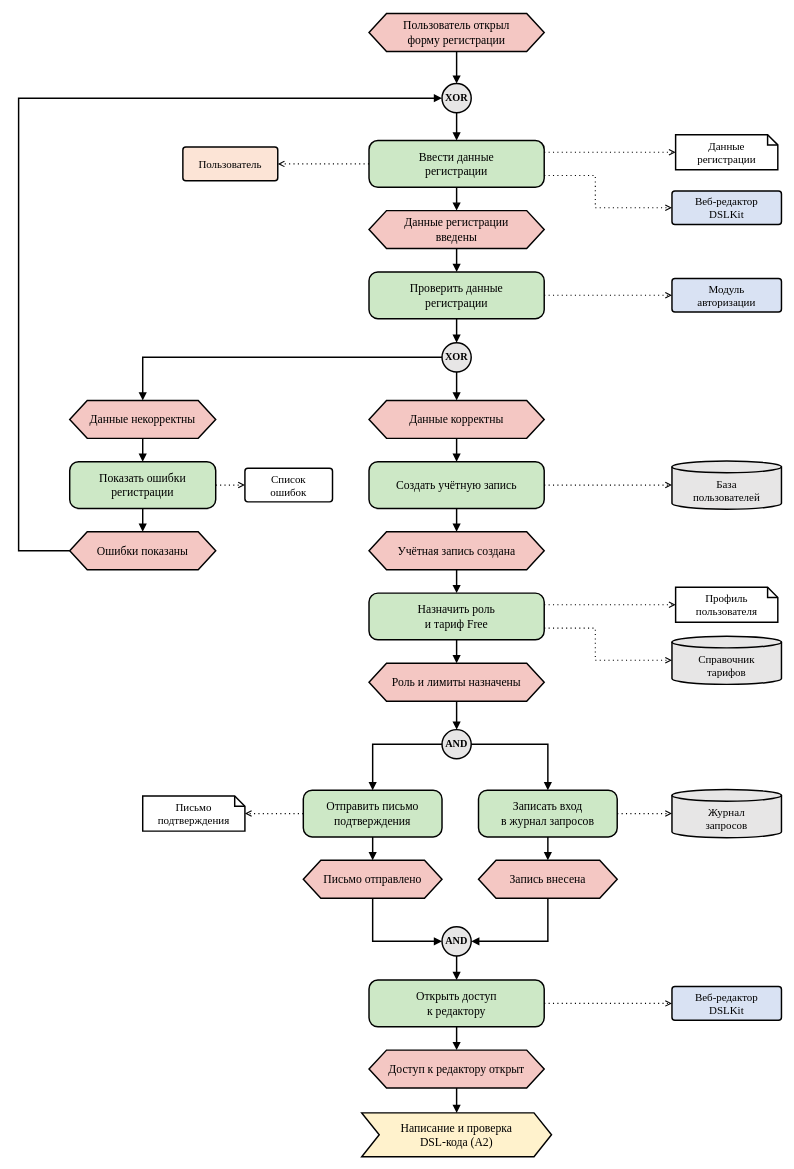
The draw.io diagram docs/mbp/ЛР3_EPC/ВСЕ_ДИАГРАММЫ_ЛР3.drawio in KsushaKhadzhinova/DSLKit-Project, before the edit. Source tidied: cells renumbered, new cells numbered last; positions are measured from the earlier drawing's top-left corner, leaving out a move shared by most shapes. Both pictures are drawn from the tidied source at 73%, with x=0, y=0 at pixel (18, 13).
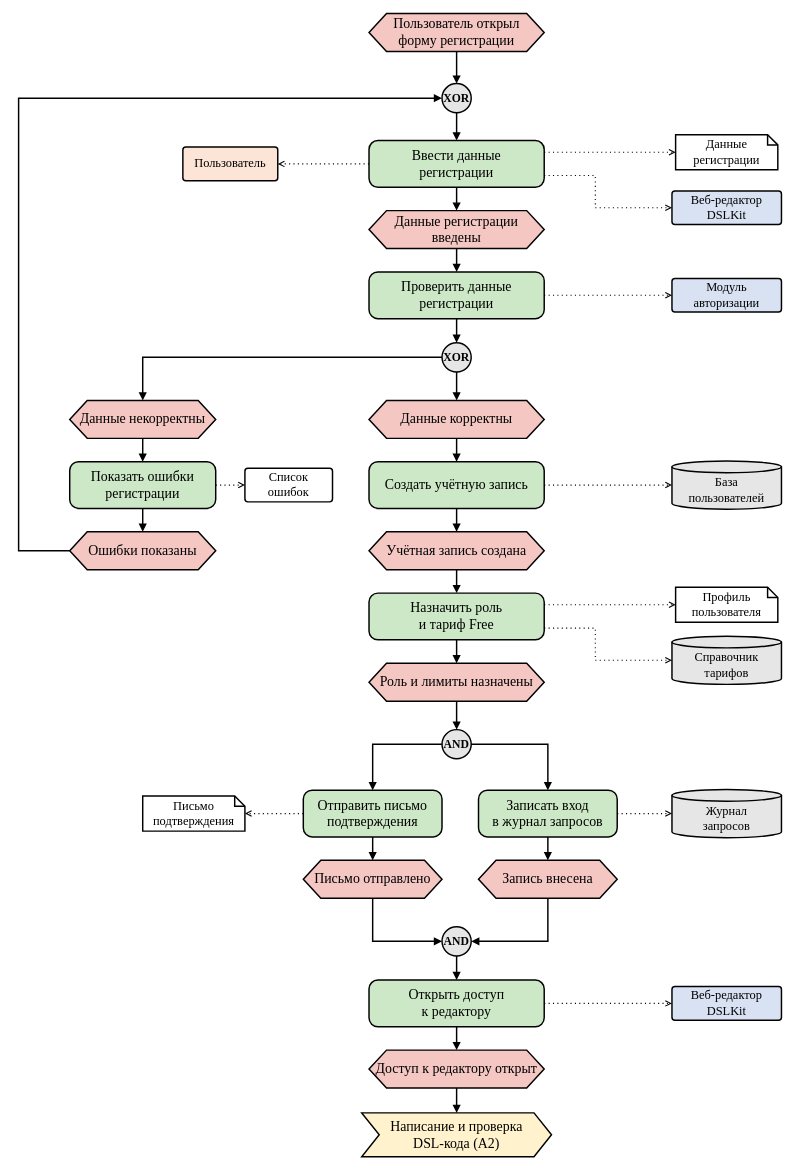
The same page after the edit.

Change to the diagram source:
```diff
@@
-    <mxCell id="2" value="Пользователь открыл&lt;br&gt;форму регистрации" style="html=1;fontFamily=Times New Roman;shape=hexagon;perimeter=hexagonPerimeter2;fixedSize=1;size=24;whiteSpace=wrap;fillColor=#F4C7C3;strokeColor=#000000;strokeWidth=2;fontSize=16;" parent="1" vertex="1">
+    <mxCell id="2" value="Пользователь открыл&lt;br&gt;форму регистрации" style="html=1;fontFamily=Times New Roman;shape=hexagon;perimeter=hexagonPerimeter2;fixedSize=1;size=24;whiteSpace=wrap;fillColor=#F4C7C3;strokeColor=#000000;strokeWidth=2;fontSize=19;" parent="1" vertex="1">
       <mxGeometry x="480" width="240" height="52" as="geometry" />
     </mxCell>
-    <mxCell id="3" value="XOR" style="html=1;fontFamily=Times New Roman;ellipse;whiteSpace=wrap;fillColor=#E7E6E6;strokeColor=#000000;strokeWidth=2;fontSize=14;fontStyle=1;" parent="1" vertex="1">
+    <mxCell id="3" value="XOR" style="html=1;fontFamily=Times New Roman;ellipse;whiteSpace=wrap;fillColor=#E7E6E6;strokeColor=#000000;strokeWidth=2;fontSize=16;fontStyle=1;" parent="1" vertex="1">
       <mxGeometry x="580" y="96" width="40" height="40" as="geometry" />
     </mxCell>
-    <mxCell id="4" value="Ввести данные&lt;br&gt;регистрации" style="html=1;fontFamily=Times New Roman;rounded=1;arcSize=19;whiteSpace=wrap;fillColor=#CDE8C6;strokeColor=#000000;strokeWidth=2;fontSize=16;align=center;verticalAlign=middle;" parent="1" vertex="1">
+    <mxCell id="4" value="Ввести данные&lt;br&gt;регистрации" style="html=1;fontFamily=Times New Roman;rounded=1;arcSize=19;whiteSpace=wrap;fillColor=#CDE8C6;strokeColor=#000000;strokeWidth=2;fontSize=19;align=center;verticalAlign=middle;" parent="1" vertex="1">
       <mxGeometry x="480" y="174" width="240" height="64" as="geometry" />
     </mxCell>
-    <mxCell id="5" value="Данные регистрации&lt;br&gt;введены" style="html=1;fontFamily=Times New Roman;shape=hexagon;perimeter=hexagonPerimeter2;fixedSize=1;size=24;whiteSpace=wrap;fillColor=#F4C7C3;strokeColor=#000000;strokeWidth=2;fontSize=16;" parent="1" vertex="1">
+    <mxCell id="5" value="Данные регистрации&lt;br&gt;введены" style="html=1;fontFamily=Times New Roman;shape=hexagon;perimeter=hexagonPerimeter2;fixedSize=1;size=24;whiteSpace=wrap;fillColor=#F4C7C3;strokeColor=#000000;strokeWidth=2;fontSize=19;" parent="1" vertex="1">
       <mxGeometry x="480" y="270" width="240" height="52" as="geometry" />
     </mxCell>
-    <mxCell id="6" value="Проверить данные&lt;br&gt;регистрации" style="html=1;fontFamily=Times New Roman;rounded=1;arcSize=19;whiteSpace=wrap;fillColor=#CDE8C6;strokeColor=#000000;strokeWidth=2;fontSize=16;align=center;verticalAlign=middle;" parent="1" vertex="1">
+    <mxCell id="6" value="Проверить данные&lt;br&gt;регистрации" style="html=1;fontFamily=Times New Roman;rounded=1;arcSize=19;whiteSpace=wrap;fillColor=#CDE8C6;strokeColor=#000000;strokeWidth=2;fontSize=19;align=center;verticalAlign=middle;" parent="1" vertex="1">
       <mxGeometry x="480" y="354" width="240" height="64" as="geometry" />
     </mxCell>
-    <mxCell id="7" value="XOR" style="html=1;fontFamily=Times New Roman;ellipse;whiteSpace=wrap;fillColor=#E7E6E6;strokeColor=#000000;strokeWidth=2;fontSize=14;fontStyle=1;" parent="1" vertex="1">
+    <mxCell id="7" value="XOR" style="html=1;fontFamily=Times New Roman;ellipse;whiteSpace=wrap;fillColor=#E7E6E6;strokeColor=#000000;strokeWidth=2;fontSize=16;fontStyle=1;" parent="1" vertex="1">
       <mxGeometry x="580" y="451" width="40" height="40" as="geometry" />
     </mxCell>
-    <mxCell id="8" value="Данные корректны" style="html=1;fontFamily=Times New Roman;shape=hexagon;perimeter=hexagonPerimeter2;fixedSize=1;size=24;whiteSpace=wrap;fillColor=#F4C7C3;strokeColor=#000000;strokeWidth=2;fontSize=16;" parent="1" vertex="1">
+    <mxCell id="8" value="Данные корректны" style="html=1;fontFamily=Times New Roman;shape=hexagon;perimeter=hexagonPerimeter2;fixedSize=1;size=24;whiteSpace=wrap;fillColor=#F4C7C3;strokeColor=#000000;strokeWidth=2;fontSize=19;" parent="1" vertex="1">
       <mxGeometry x="480" y="530" width="240" height="52" as="geometry" />
     </mxCell>
-    <mxCell id="9" value="Создать учётную запись" style="html=1;fontFamily=Times New Roman;rounded=1;arcSize=19;whiteSpace=wrap;fillColor=#CDE8C6;strokeColor=#000000;strokeWidth=2;fontSize=16;align=center;verticalAlign=middle;" parent="1" vertex="1">
+    <mxCell id="9" value="Создать учётную запись" style="html=1;fontFamily=Times New Roman;rounded=1;arcSize=19;whiteSpace=wrap;fillColor=#CDE8C6;strokeColor=#000000;strokeWidth=2;fontSize=19;align=center;verticalAlign=middle;" parent="1" vertex="1">
       <mxGeometry x="480" y="614" width="240" height="64" as="geometry" />
     </mxCell>
-    <mxCell id="10" value="Учётная запись создана" style="html=1;fontFamily=Times New Roman;shape=hexagon;perimeter=hexagonPerimeter2;fixedSize=1;size=24;whiteSpace=wrap;fillColor=#F4C7C3;strokeColor=#000000;strokeWidth=2;fontSize=16;" parent="1" vertex="1">
+    <mxCell id="10" value="Учётная запись создана" style="html=1;fontFamily=Times New Roman;shape=hexagon;perimeter=hexagonPerimeter2;fixedSize=1;size=24;whiteSpace=wrap;fillColor=#F4C7C3;strokeColor=#000000;strokeWidth=2;fontSize=19;" parent="1" vertex="1">
       <mxGeometry x="480" y="710" width="240" height="52" as="geometry" />
     </mxCell>
-    <mxCell id="11" value="Назначить роль&lt;br&gt;и тариф Free" style="html=1;fontFamily=Times New Roman;rounded=1;arcSize=19;whiteSpace=wrap;fillColor=#CDE8C6;strokeColor=#000000;strokeWidth=2;fontSize=16;align=center;verticalAlign=middle;" parent="1" vertex="1">
+    <mxCell id="11" value="Назначить роль&lt;br&gt;и тариф Free" style="html=1;fontFamily=Times New Roman;rounded=1;arcSize=19;whiteSpace=wrap;fillColor=#CDE8C6;strokeColor=#000000;strokeWidth=2;fontSize=19;align=center;verticalAlign=middle;" parent="1" vertex="1">
       <mxGeometry x="480" y="794" width="240" height="64" as="geometry" />
     </mxCell>
-    <mxCell id="12" value="Роль и лимиты назначены" style="html=1;fontFamily=Times New Roman;shape=hexagon;perimeter=hexagonPerimeter2;fixedSize=1;size=24;whiteSpace=wrap;fillColor=#F4C7C3;strokeColor=#000000;strokeWidth=2;fontSize=16;" parent="1" vertex="1">
+    <mxCell id="12" value="Роль и лимиты назначены" style="html=1;fontFamily=Times New Roman;shape=hexagon;perimeter=hexagonPerimeter2;fixedSize=1;size=24;whiteSpace=wrap;fillColor=#F4C7C3;strokeColor=#000000;strokeWidth=2;fontSize=19;" parent="1" vertex="1">
       <mxGeometry x="480" y="890" width="240" height="52" as="geometry" />
     </mxCell>
-    <mxCell id="13" value="AND" style="html=1;fontFamily=Times New Roman;ellipse;whiteSpace=wrap;fillColor=#E7E6E6;strokeColor=#000000;strokeWidth=2;fontSize=14;fontStyle=1;" parent="1" vertex="1">
+    <mxCell id="13" value="AND" style="html=1;fontFamily=Times New Roman;ellipse;whiteSpace=wrap;fillColor=#E7E6E6;strokeColor=#000000;strokeWidth=2;fontSize=16;fontStyle=1;" parent="1" vertex="1">
       <mxGeometry x="580" y="981" width="40" height="40" as="geometry" />
     </mxCell>
-    <mxCell id="14" value="Отправить письмо&lt;br&gt;подтверждения" style="html=1;fontFamily=Times New Roman;rounded=1;arcSize=19;whiteSpace=wrap;fillColor=#CDE8C6;strokeColor=#000000;strokeWidth=2;fontSize=16;align=center;verticalAlign=middle;" parent="1" vertex="1">
+    <mxCell id="14" value="Отправить письмо&lt;br&gt;подтверждения" style="html=1;fontFamily=Times New Roman;rounded=1;arcSize=19;whiteSpace=wrap;fillColor=#CDE8C6;strokeColor=#000000;strokeWidth=2;fontSize=19;align=center;verticalAlign=middle;" parent="1" vertex="1">
       <mxGeometry x="390" y="1064" width="190" height="64" as="geometry" />
     </mxCell>
-    <mxCell id="15" value="Записать вход&lt;br&gt;в журнал запросов" style="html=1;fontFamily=Times New Roman;rounded=1;arcSize=19;whiteSpace=wrap;fillColor=#CDE8C6;strokeColor=#000000;strokeWidth=2;fontSize=16;align=center;verticalAlign=middle;" parent="1" vertex="1">
+    <mxCell id="15" value="Записать вход&lt;br&gt;в журнал запросов" style="html=1;fontFamily=Times New Roman;rounded=1;arcSize=19;whiteSpace=wrap;fillColor=#CDE8C6;strokeColor=#000000;strokeWidth=2;fontSize=19;align=center;verticalAlign=middle;" parent="1" vertex="1">
       <mxGeometry x="630" y="1064" width="190" height="64" as="geometry" />
     </mxCell>
-    <mxCell id="16" value="Письмо отправлено" style="html=1;fontFamily=Times New Roman;shape=hexagon;perimeter=hexagonPerimeter2;fixedSize=1;size=24;whiteSpace=wrap;fillColor=#F4C7C3;strokeColor=#000000;strokeWidth=2;fontSize=16;" parent="1" vertex="1">
+    <mxCell id="16" value="Письмо отправлено" style="html=1;fontFamily=Times New Roman;shape=hexagon;perimeter=hexagonPerimeter2;fixedSize=1;size=24;whiteSpace=wrap;fillColor=#F4C7C3;strokeColor=#000000;strokeWidth=2;fontSize=19;" parent="1" vertex="1">
       <mxGeometry x="390" y="1160" width="190" height="52" as="geometry" />
     </mxCell>
-    <mxCell id="17" value="Запись внесена" style="html=1;fontFamily=Times New Roman;shape=hexagon;perimeter=hexagonPerimeter2;fixedSize=1;size=24;whiteSpace=wrap;fillColor=#F4C7C3;strokeColor=#000000;strokeWidth=2;fontSize=16;" parent="1" vertex="1">
+    <mxCell id="17" value="Запись внесена" style="html=1;fontFamily=Times New Roman;shape=hexagon;perimeter=hexagonPerimeter2;fixedSize=1;size=24;whiteSpace=wrap;fillColor=#F4C7C3;strokeColor=#000000;strokeWidth=2;fontSize=19;" parent="1" vertex="1">
       <mxGeometry x="630" y="1160" width="190" height="52" as="geometry" />
     </mxCell>
-    <mxCell id="18" value="AND" style="html=1;fontFamily=Times New Roman;ellipse;whiteSpace=wrap;fillColor=#E7E6E6;strokeColor=#000000;strokeWidth=2;fontSize=14;fontStyle=1;" parent="1" vertex="1">
+    <mxCell id="18" value="AND" style="html=1;fontFamily=Times New Roman;ellipse;whiteSpace=wrap;fillColor=#E7E6E6;strokeColor=#000000;strokeWidth=2;fontSize=16;fontStyle=1;" parent="1" vertex="1">
       <mxGeometry x="580" y="1251" width="40" height="40" as="geometry" />
     </mxCell>
-    <mxCell id="19" value="Открыть доступ&lt;br&gt;к редактору" style="html=1;fontFamily=Times New Roman;rounded=1;arcSize=19;whiteSpace=wrap;fillColor=#CDE8C6;strokeColor=#000000;strokeWidth=2;fontSize=16;align=center;verticalAlign=middle;" parent="1" vertex="1">
+    <mxCell id="19" value="Открыть доступ&lt;br&gt;к редактору" style="html=1;fontFamily=Times New Roman;rounded=1;arcSize=19;whiteSpace=wrap;fillColor=#CDE8C6;strokeColor=#000000;strokeWidth=2;fontSize=19;align=center;verticalAlign=middle;" parent="1" vertex="1">
       <mxGeometry x="480" y="1324" width="240" height="64" as="geometry" />
     </mxCell>
-    <mxCell id="20" value="Доступ к редактору открыт" style="html=1;fontFamily=Times New Roman;shape=hexagon;perimeter=hexagonPerimeter2;fixedSize=1;size=24;whiteSpace=wrap;fillColor=#F4C7C3;strokeColor=#000000;strokeWidth=2;fontSize=16;" parent="1" vertex="1">
+    <mxCell id="20" value="Доступ к редактору открыт" style="html=1;fontFamily=Times New Roman;shape=hexagon;perimeter=hexagonPerimeter2;fixedSize=1;size=24;whiteSpace=wrap;fillColor=#F4C7C3;strokeColor=#000000;strokeWidth=2;fontSize=19;" parent="1" vertex="1">
       <mxGeometry x="480" y="1420" width="240" height="52" as="geometry" />
     </mxCell>
-    <mxCell id="21" value="Написание и проверка&lt;br&gt;DSL-кода (A2)" style="html=1;fontFamily=Times New Roman;shape=step;perimeter=stepPerimeter;fixedSize=1;size=24;whiteSpace=wrap;fillColor=#FFF2CC;strokeColor=#000000;strokeWidth=2;fontSize=16;" parent="1" vertex="1">
+    <mxCell id="21" value="Написание и проверка&lt;br&gt;DSL-кода (A2)" style="html=1;fontFamily=Times New Roman;shape=step;perimeter=stepPerimeter;fixedSize=1;size=24;whiteSpace=wrap;fillColor=#FFF2CC;strokeColor=#000000;strokeWidth=2;fontSize=19;" parent="1" vertex="1">
       <mxGeometry x="470" y="1506" width="260" height="60" as="geometry" />
     </mxCell>
-    <mxCell id="22" value="Данные некорректны" style="html=1;fontFamily=Times New Roman;shape=hexagon;perimeter=hexagonPerimeter2;fixedSize=1;size=24;whiteSpace=wrap;fillColor=#F4C7C3;strokeColor=#000000;strokeWidth=2;fontSize=16;" parent="1" vertex="1">
+    <mxCell id="22" value="Данные некорректны" style="html=1;fontFamily=Times New Roman;shape=hexagon;perimeter=hexagonPerimeter2;fixedSize=1;size=24;whiteSpace=wrap;fillColor=#F4C7C3;strokeColor=#000000;strokeWidth=2;fontSize=19;" parent="1" vertex="1">
       <mxGeometry x="70" y="530" width="200" height="52" as="geometry" />
     </mxCell>
-    <mxCell id="23" value="Показать ошибки&lt;br&gt;регистрации" style="html=1;fontFamily=Times New Roman;rounded=1;arcSize=19;whiteSpace=wrap;fillColor=#CDE8C6;strokeColor=#000000;strokeWidth=2;fontSize=16;align=center;verticalAlign=middle;" parent="1" vertex="1">
+    <mxCell id="23" value="Показать ошибки&lt;br&gt;регистрации" style="html=1;fontFamily=Times New Roman;rounded=1;arcSize=19;whiteSpace=wrap;fillColor=#CDE8C6;strokeColor=#000000;strokeWidth=2;fontSize=19;align=center;verticalAlign=middle;" parent="1" vertex="1">
       <mxGeometry x="70" y="614" width="200" height="64" as="geometry" />
     </mxCell>
-    <mxCell id="24" value="Ошибки показаны" style="html=1;fontFamily=Times New Roman;shape=hexagon;perimeter=hexagonPerimeter2;fixedSize=1;size=24;whiteSpace=wrap;fillColor=#F4C7C3;strokeColor=#000000;strokeWidth=2;fontSize=16;" parent="1" vertex="1">
+    <mxCell id="24" value="Ошибки показаны" style="html=1;fontFamily=Times New Roman;shape=hexagon;perimeter=hexagonPerimeter2;fixedSize=1;size=24;whiteSpace=wrap;fillColor=#F4C7C3;strokeColor=#000000;strokeWidth=2;fontSize=19;" parent="1" vertex="1">
       <mxGeometry x="70" y="710" width="200" height="52" as="geometry" />
     </mxCell>
-    <mxCell id="25" value="Пользователь" style="html=1;fontFamily=Times New Roman;rounded=1;arcSize=9;whiteSpace=wrap;fillColor=#FCE4D6;strokeColor=#000000;strokeWidth=2;fontSize=15;align=center;verticalAlign=middle;" parent="1" vertex="1">
+    <mxCell id="25" value="Пользователь" style="html=1;fontFamily=Times New Roman;rounded=1;arcSize=9;whiteSpace=wrap;fillColor=#FCE4D6;strokeColor=#000000;strokeWidth=2;fontSize=17;align=center;verticalAlign=middle;" parent="1" vertex="1">
       <mxGeometry x="225" y="183" width="130" height="46" as="geometry" />
     </mxCell>
-    <mxCell id="26" value="Данные&lt;br&gt;регистрации" style="html=1;fontFamily=Times New Roman;shape=note;size=14;whiteSpace=wrap;fillColor=#FFFFFF;strokeColor=#000000;strokeWidth=2;fontSize=15;" parent="1" vertex="1">
+    <mxCell id="26" value="Данные&lt;br&gt;регистрации" style="html=1;fontFamily=Times New Roman;shape=note;size=14;whiteSpace=wrap;fillColor=#FFFFFF;strokeColor=#000000;strokeWidth=2;fontSize=17;" parent="1" vertex="1">
       <mxGeometry x="900" y="166" width="140" height="48" as="geometry" />
     </mxCell>
-    <mxCell id="27" value="Веб-редактор&lt;br&gt;DSLKit" style="html=1;fontFamily=Times New Roman;rounded=1;arcSize=9;whiteSpace=wrap;fillColor=#D9E2F3;strokeColor=#000000;strokeWidth=2;fontSize=15;align=center;verticalAlign=middle;" parent="1" vertex="1">
+    <mxCell id="27" value="Веб-редактор&lt;br&gt;DSLKit" style="html=1;fontFamily=Times New Roman;rounded=1;arcSize=9;whiteSpace=wrap;fillColor=#D9E2F3;strokeColor=#000000;strokeWidth=2;fontSize=17;align=center;verticalAlign=middle;" parent="1" vertex="1">
       <mxGeometry x="895" y="243" width="150" height="46" as="geometry" />
     </mxCell>
-    <mxCell id="28" value="Модуль&lt;br&gt;авторизации" style="html=1;fontFamily=Times New Roman;rounded=1;arcSize=9;whiteSpace=wrap;fillColor=#D9E2F3;strokeColor=#000000;strokeWidth=2;fontSize=15;align=center;verticalAlign=middle;" parent="1" vertex="1">
+    <mxCell id="28" value="Модуль&lt;br&gt;авторизации" style="html=1;fontFamily=Times New Roman;rounded=1;arcSize=9;whiteSpace=wrap;fillColor=#D9E2F3;strokeColor=#000000;strokeWidth=2;fontSize=17;align=center;verticalAlign=middle;" parent="1" vertex="1">
       <mxGeometry x="895" y="363" width="150" height="46" as="geometry" />
     </mxCell>
-    <mxCell id="29" value="База&lt;br&gt;пользователей" style="html=1;fontFamily=Times New Roman;shape=cylinder3;boundedLbl=1;backgroundOutline=1;size=8;whiteSpace=wrap;fillColor=#E7E6E6;strokeColor=#000000;strokeWidth=2;fontSize=15;" parent="1" vertex="1">
+    <mxCell id="29" value="База&lt;br&gt;пользователей" style="html=1;fontFamily=Times New Roman;shape=cylinder3;boundedLbl=1;backgroundOutline=1;size=8;whiteSpace=wrap;fillColor=#E7E6E6;strokeColor=#000000;strokeWidth=2;fontSize=17;" parent="1" vertex="1">
       <mxGeometry x="895" y="613" width="150" height="66" as="geometry" />
     </mxCell>
-    <mxCell id="30" value="Профиль&lt;br&gt;пользователя" style="html=1;fontFamily=Times New Roman;shape=note;size=14;whiteSpace=wrap;fillColor=#FFFFFF;strokeColor=#000000;strokeWidth=2;fontSize=15;" parent="1" vertex="1">
+    <mxCell id="30" value="Профиль&lt;br&gt;пользователя" style="html=1;fontFamily=Times New Roman;shape=note;size=14;whiteSpace=wrap;fillColor=#FFFFFF;strokeColor=#000000;strokeWidth=2;fontSize=17;" parent="1" vertex="1">
       <mxGeometry x="900" y="786" width="140" height="48" as="geometry" />
     </mxCell>
-    <mxCell id="31" value="Справочник&lt;br&gt;тарифов" style="html=1;fontFamily=Times New Roman;shape=cylinder3;boundedLbl=1;backgroundOutline=1;size=8;whiteSpace=wrap;fillColor=#E7E6E6;strokeColor=#000000;strokeWidth=2;fontSize=15;" parent="1" vertex="1">
+    <mxCell id="31" value="Справочник&lt;br&gt;тарифов" style="html=1;fontFamily=Times New Roman;shape=cylinder3;boundedLbl=1;backgroundOutline=1;size=8;whiteSpace=wrap;fillColor=#E7E6E6;strokeColor=#000000;strokeWidth=2;fontSize=17;" parent="1" vertex="1">
       <mxGeometry x="895" y="853" width="150" height="66" as="geometry" />
     </mxCell>
-    <mxCell id="32" value="Письмо&lt;br&gt;подтверждения" style="html=1;fontFamily=Times New Roman;shape=note;size=14;whiteSpace=wrap;fillColor=#FFFFFF;strokeColor=#000000;strokeWidth=2;fontSize=15;" parent="1" vertex="1">
+    <mxCell id="32" value="Письмо&lt;br&gt;подтверждения" style="html=1;fontFamily=Times New Roman;shape=note;size=14;whiteSpace=wrap;fillColor=#FFFFFF;strokeColor=#000000;strokeWidth=2;fontSize=17;" parent="1" vertex="1">
       <mxGeometry x="170" y="1072" width="140" height="48" as="geometry" />
     </mxCell>
-    <mxCell id="33" value="Журнал&lt;br&gt;запросов" style="html=1;fontFamily=Times New Roman;shape=cylinder3;boundedLbl=1;backgroundOutline=1;size=8;whiteSpace=wrap;fillColor=#E7E6E6;strokeColor=#000000;strokeWidth=2;fontSize=15;" parent="1" vertex="1">
+    <mxCell id="33" value="Журнал&lt;br&gt;запросов" style="html=1;fontFamily=Times New Roman;shape=cylinder3;boundedLbl=1;backgroundOutline=1;size=8;whiteSpace=wrap;fillColor=#E7E6E6;strokeColor=#000000;strokeWidth=2;fontSize=17;" parent="1" vertex="1">
       <mxGeometry x="895" y="1063" width="150" height="66" as="geometry" />
     </mxCell>
-    <mxCell id="34" value="Веб-редактор&lt;br&gt;DSLKit" style="html=1;fontFamily=Times New Roman;rounded=1;arcSize=9;whiteSpace=wrap;fillColor=#D9E2F3;strokeColor=#000000;strokeWidth=2;fontSize=15;align=center;verticalAlign=middle;" parent="1" vertex="1">
+    <mxCell id="34" value="Веб-редактор&lt;br&gt;DSLKit" style="html=1;fontFamily=Times New Roman;rounded=1;arcSize=9;whiteSpace=wrap;fillColor=#D9E2F3;strokeColor=#000000;strokeWidth=2;fontSize=17;align=center;verticalAlign=middle;" parent="1" vertex="1">
       <mxGeometry x="895" y="1333" width="150" height="46" as="geometry" />
     </mxCell>
-    <mxCell id="35" value="Список&lt;br&gt;ошибок" style="html=1;fontFamily=Times New Roman;rounded=1;arcSize=9;whiteSpace=wrap;fillColor=#FFFFFF;strokeColor=#000000;strokeWidth=2;fontSize=15;align=center;verticalAlign=middle;" parent="1" vertex="1">
+    <mxCell id="35" value="Список&lt;br&gt;ошибок" style="html=1;fontFamily=Times New Roman;rounded=1;arcSize=9;whiteSpace=wrap;fillColor=#FFFFFF;strokeColor=#000000;strokeWidth=2;fontSize=17;align=center;verticalAlign=middle;" parent="1" vertex="1">
       <mxGeometry x="310" y="623" width="120" height="46" as="geometry" />
     </mxCell>
```
